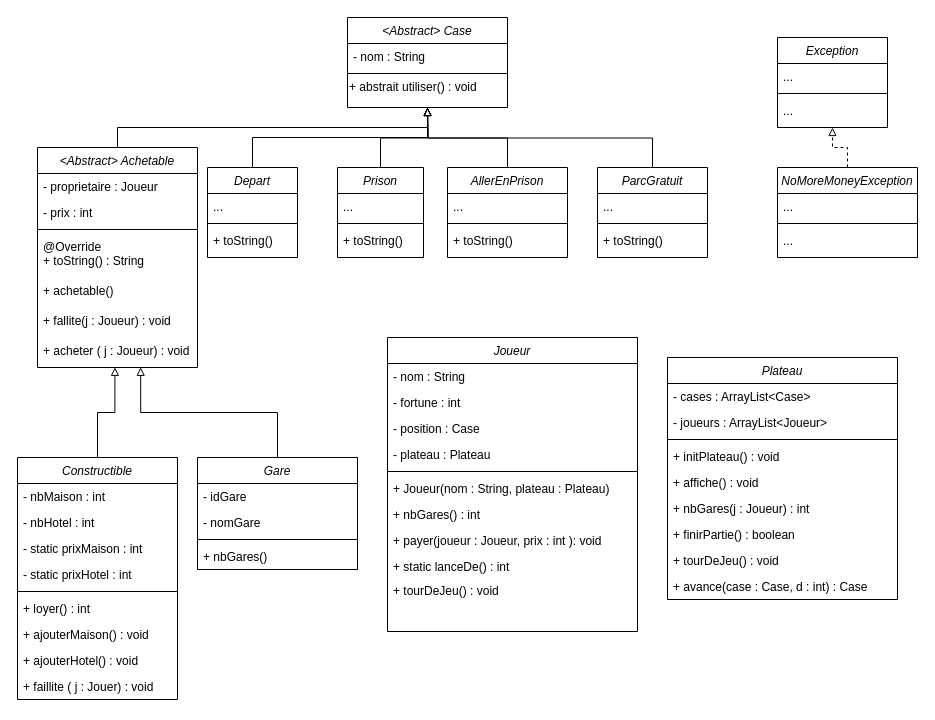
Above: UML_monopoly.drawio in hydrielax/monopoly (draw.io), before the change. Source tidied: cells renumbered, new cells numbered last; positions are measured from the earlier drawing's top-left corner, leaving out a move shared by most shapes. Both pictures are drawn from the tidied source at 100%, with x=0, y=0 at pixel (17, 17).
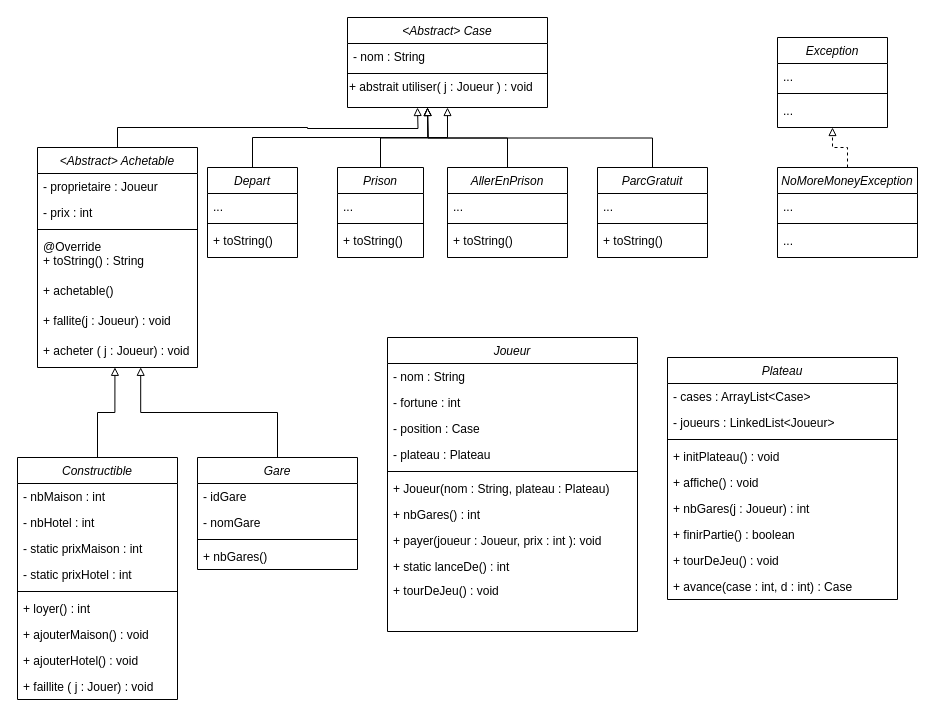
After the change.

The change refers to these unchanged cells:
```xml
<mxCell id="12" value="Plateau" style="swimlane;fontStyle=2;align=center;verticalAlign=top;horizontal=1;startSize=26;rounded=0;shadow=0;strokeWidth=1;" parent="1" vertex="1">
  <mxGeometry x="650" y="340" width="230" height="242" as="geometry" />
</mxCell>
<mxCell id="34" value="&lt;Abstract&gt; Achetable" style="swimlane;fontStyle=2;align=center;verticalAlign=top;horizontal=1;startSize=26;rounded=0;shadow=0;strokeWidth=1;" parent="1" vertex="1">
  <mxGeometry x="20" y="130" width="160" height="220" as="geometry" />
</mxCell>
```

The edit, as a diff of the source:
```diff
@@
     <mxCell id="2" value="&lt;Abstract&gt; Case" style="swimlane;fontStyle=2;align=center;verticalAlign=top;horizontal=1;startSize=26;rounded=0;shadow=0;strokeWidth=1;" parent="1" vertex="1">
-      <mxGeometry x="330" width="160" height="90" as="geometry" />
+      <mxGeometry x="330" width="200" height="90" as="geometry" />
     </mxCell>
     <mxCell id="3" value="- nom : String" style="text;align=left;verticalAlign=top;spacingLeft=4;spacingRight=4;overflow=hidden;" parent="2" vertex="1">
-      <mxGeometry y="26" width="160" height="26" as="geometry" />
+      <mxGeometry y="26" width="200" height="26" as="geometry" />
     </mxCell>
     <mxCell id="4" style="line;html=1;strokeWidth=1;align=left;verticalAlign=middle;spacingTop=-1;spacingLeft=3;spacingRight=3;labelPosition=right;" parent="2" vertex="1">
-      <mxGeometry y="52" width="160" height="8" as="geometry" />
+      <mxGeometry y="52" width="200" height="8" as="geometry" />
     </mxCell>
-    <mxCell id="5" value="+ abstrait utiliser() : void" style="text;html=1;align=left;verticalAlign=middle;strokeColor=none;fillColor=none;" parent="2" vertex="1">
-      <mxGeometry y="60" width="160" height="20" as="geometry" />
+    <mxCell id="5" value="+ abstrait utiliser( j : Joueur ) : void" style="text;html=1;align=left;verticalAlign=middle;strokeColor=none;fillColor=none;" parent="2" vertex="1">
+      <mxGeometry y="60" width="200" height="20" as="geometry" />
     </mxCell>
@@
-    <mxCell id="14" value="- joueurs : ArrayList&lt;Joueur&gt;" style="text;align=left;verticalAlign=top;spacingLeft=4;spacingRight=4;overflow=hidden;rounded=0;shadow=0;html=0;" parent="12" vertex="1">
+    <mxCell id="14" value="- joueurs : LinkedList&lt;Joueur&gt;" style="text;align=left;verticalAlign=top;spacingLeft=4;spacingRight=4;overflow=hidden;rounded=0;shadow=0;html=0;" parent="12" vertex="1">
       <mxGeometry y="52" width="230" height="26" as="geometry" />
     </mxCell>
@@
-    <mxCell id="21" value="+ avance(case : Case, d : int) : Case" style="text;align=left;verticalAlign=top;spacingLeft=4;spacingRight=4;overflow=hidden;" parent="12" vertex="1">
+    <mxCell id="21" value="+ avance(case : int, d : int) : Case" style="text;align=left;verticalAlign=top;spacingLeft=4;spacingRight=4;overflow=hidden;" parent="12" vertex="1">
       <mxGeometry y="216" width="230" height="26" as="geometry" />
     </mxCell>
@@
-    <mxCell id="33" style="edgeStyle=orthogonalEdgeStyle;rounded=0;jettySize=auto;html=1;exitX=0.5;exitY=0;exitDx=0;exitDy=0;entryX=0.5;entryY=1;entryDx=0;entryDy=0;endArrow=block;endFill=0;" parent="1" edge="1" source="34" target="2">
-      <mxGeometry relative="1" as="geometry">
-        <Array as="points">
-          <mxPoint x="100" y="110" />
-          <mxPoint x="410" y="110" />
-        </Array>
-      </mxGeometry>
-    </mxCell>
+    <mxCell id="82" style="edgeStyle=orthogonalEdgeStyle;rounded=0;jettySize=auto;html=1;exitX=0.5;exitY=0;exitDx=0;exitDy=0;endArrow=block;endFill=0;" parent="1" edge="1" source="34">
+      <mxGeometry relative="1" as="geometry">
+        <mxPoint x="400" y="90" as="targetPoint" />
+      </mxGeometry>
+    </mxCell>
```
